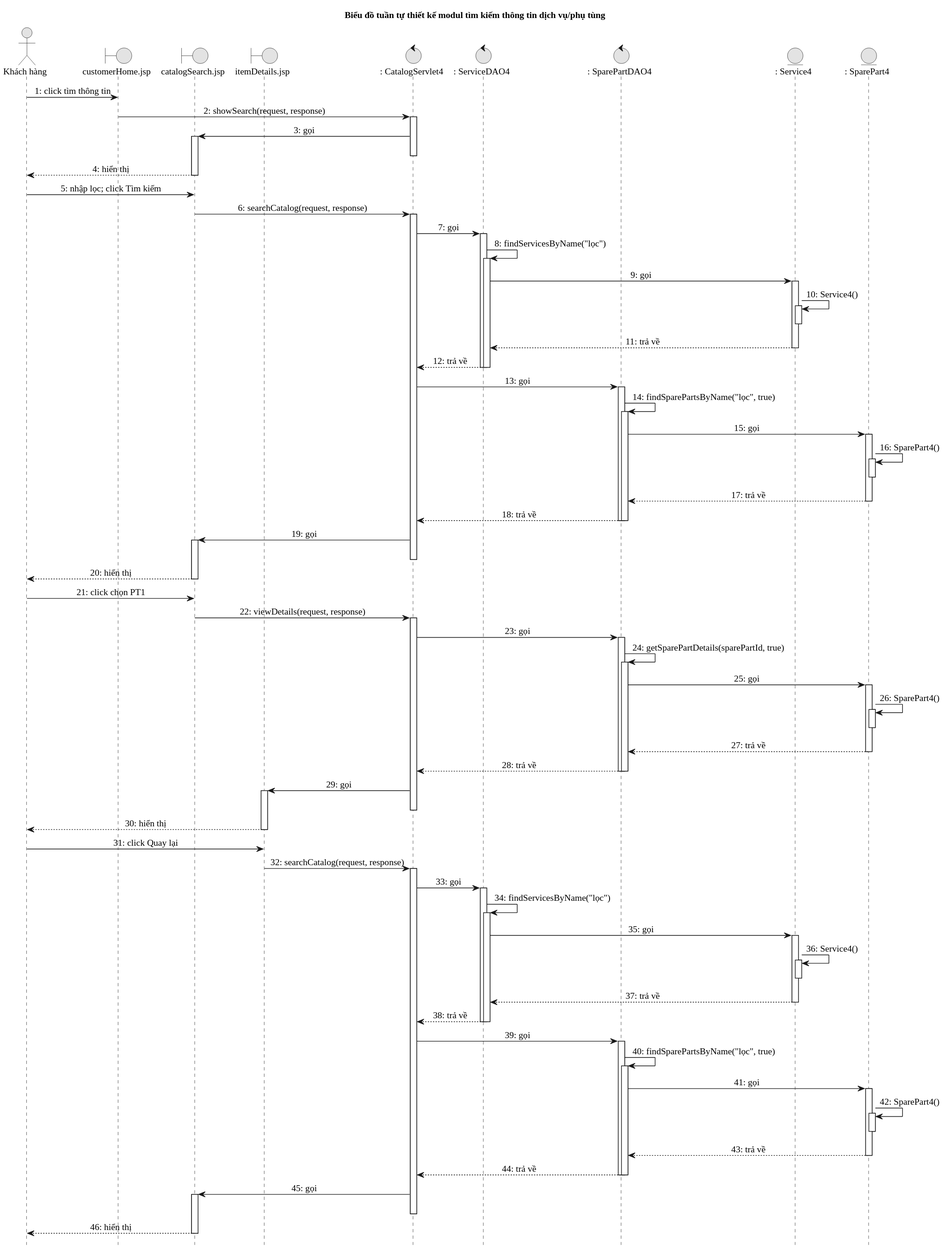
Above: app/docs/diagrams/tuan_tu_tra_cuu.svg in thanhdt05/Garaman (PlantUML), before the change. The source it was exported from:
```plantuml
@startuml
skinparam monochrome true
skinparam shadowing false
skinparam defaultFontName "Times New Roman"
skinparam defaultFontSize 14
skinparam sequenceMessageAlign center
skinparam maxMessageSize 240
skinparam ParticipantPadding 16
skinparam responseMessageBelowArrow true
hide footbox

title Biểu đồ tuần tự thiết kế modul tìm kiếm thông tin dịch vụ/phụ tùng
actor "Khách hàng" as A
boundary "customerHome.jsp" as Home
boundary "catalogSearch.jsp" as Search
boundary "itemDetails.jsp" as Detail
control ": CatalogServlet4" as C
control ": ServiceDAO4" as SD
control ": SparePartDAO4" as PD
entity ": Service4" as S
entity ": SparePart4" as P

A -> Home : 1: click tìm thông tin
Home -> C : 2: showSearch(request, response)
activate C
C -> Search : 3: gọi
activate Search
deactivate C
Search --> A : 4: hiển thị
deactivate Search
A -> Search : 5: nhập lọc; click Tìm kiếm
Search -> C : 6: searchCatalog(request, response)
activate C
C -> SD : 7: gọi
activate SD
SD -> SD : 8: findServicesByName("lọc")
activate SD
SD -> S : 9: gọi
activate S
S -> S : 10: Service4()
activate S
deactivate S
S --> SD : 11: trả về
deactivate S
SD --> C : 12: trả về
deactivate SD
deactivate SD
C -> PD : 13: gọi
activate PD
PD -> PD : 14: findSparePartsByName("lọc", true)
activate PD
PD -> P : 15: gọi
activate P
P -> P : 16: SparePart4()
activate P
deactivate P
P --> PD : 17: trả về
deactivate P
PD --> C : 18: trả về
deactivate PD
deactivate PD
C -> Search : 19: gọi
activate Search
deactivate C
Search --> A : 20: hiển thị
deactivate Search
A -> Search : 21: click chọn PT1
Search -> C : 22: viewDetails(request, response)
activate C
C -> PD : 23: gọi
activate PD
PD -> PD : 24: getSparePartDetails(sparePartId, true)
activate PD
PD -> P : 25: gọi
activate P
P -> P : 26: SparePart4()
activate P
deactivate P
P --> PD : 27: trả về
deactivate P
PD --> C : 28: trả về
deactivate PD
deactivate PD
C -> Detail : 29: gọi
activate Detail
deactivate C
Detail --> A : 30: hiển thị
deactivate Detail
A -> Detail : 31: click Quay lại
Detail -> C : 32: searchCatalog(request, response)
activate C
C -> SD : 33: gọi
activate SD
SD -> SD : 34: findServicesByName("lọc")
activate SD
SD -> S : 35: gọi
activate S
S -> S : 36: Service4()
activate S
deactivate S
S --> SD : 37: trả về
deactivate S
SD --> C : 38: trả về
deactivate SD
deactivate SD
C -> PD : 39: gọi
activate PD
PD -> PD : 40: findSparePartsByName("lọc", true)
activate PD
PD -> P : 41: gọi
activate P
P -> P : 42: SparePart4()
activate P
deactivate P
P --> PD : 43: trả về
deactivate P
PD --> C : 44: trả về
deactivate PD
deactivate PD
C -> Search : 45: gọi
activate Search
deactivate C
Search --> A : 46: hiển thị
deactivate Search
@enduml
```
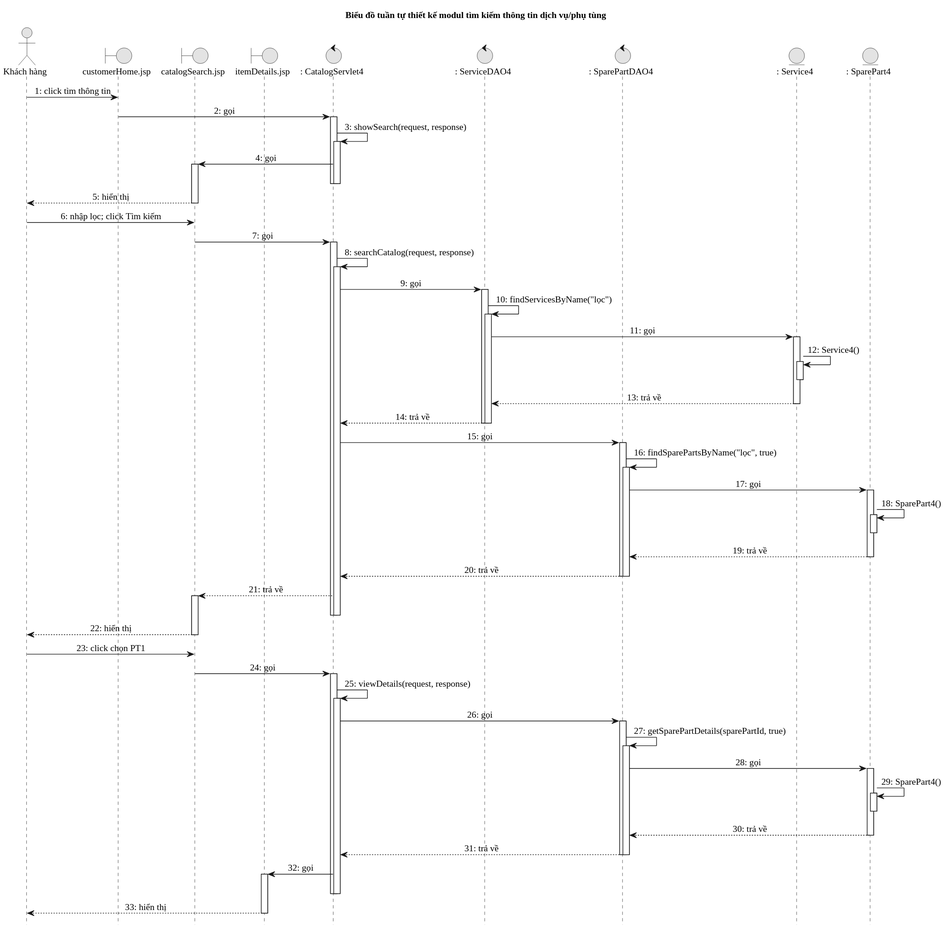
Later version of the same file.

The edit, as a diff of the source:
```diff
@@ -21,105 +21,78 @@
 entity ": SparePart4" as P
 
 A -> Home : 1: click tìm thông tin
-Home -> C : 2: showSearch(request, response)
+Home -> C : 2: gọi
 activate C
-C -> Search : 3: gọi
+C -> C : 3: showSearch(request, response)
+activate C
+C -> Search : 4: gọi
 activate Search
 deactivate C
-Search --> A : 4: hiển thị
+deactivate C
+Search --> A : 5: hiển thị
 deactivate Search
-A -> Search : 5: nhập lọc; click Tìm kiếm
-Search -> C : 6: searchCatalog(request, response)
+A -> Search : 6: nhập lọc; click Tìm kiếm
+Search -> C : 7: gọi
 activate C
-C -> SD : 7: gọi
+C -> C : 8: searchCatalog(request, response)
+activate C
+C -> SD : 9: gọi
 activate SD
-SD -> SD : 8: findServicesByName("lọc")
+SD -> SD : 10: findServicesByName("lọc")
 activate SD
-SD -> S : 9: gọi
+SD -> S : 11: gọi
 activate S
-S -> S : 10: Service4()
+S -> S : 12: Service4()
 activate S
 deactivate S
-S --> SD : 11: trả về
+S --> SD : 13: trả về
 deactivate S
-SD --> C : 12: trả về
+SD --> C : 14: trả về
 deactivate SD
 deactivate SD
-C -> PD : 13: gọi
+C -> PD : 15: gọi
 activate PD
-PD -> PD : 14: findSparePartsByName("lọc", true)
+PD -> PD : 16: findSparePartsByName("lọc", true)
 activate PD
-PD -> P : 15: gọi
+PD -> P : 17: gọi
 activate P
-P -> P : 16: SparePart4()
+P -> P : 18: SparePart4()
 activate P
 deactivate P
-P --> PD : 17: trả về
+P --> PD : 19: trả về
 deactivate P
-PD --> C : 18: trả về
+PD --> C : 20: trả về
 deactivate PD
 deactivate PD
-C -> Search : 19: gọi
+C --> Search : 21: trả về
 activate Search
 deactivate C
-Search --> A : 20: hiển thị
+deactivate C
+Search --> A : 22: hiển thị
 deactivate Search
-A -> Search : 21: click chọn PT1
-Search -> C : 22: viewDetails(request, response)
+A -> Search : 23: click chọn PT1
+Search -> C : 24: gọi
 activate C
-C -> PD : 23: gọi
+C -> C : 25: viewDetails(request, response)
+activate C
+C -> PD : 26: gọi
 activate PD
-PD -> PD : 24: getSparePartDetails(sparePartId, true)
+PD -> PD : 27: getSparePartDetails(sparePartId, true)
 activate PD
-PD -> P : 25: gọi
+PD -> P : 28: gọi
 activate P
-P -> P : 26: SparePart4()
+P -> P : 29: SparePart4()
 activate P
 deactivate P
-P --> PD : 27: trả về
+P --> PD : 30: trả về
 deactivate P
-PD --> C : 28: trả về
+PD --> C : 31: trả về
 deactivate PD
 deactivate PD
-C -> Detail : 29: gọi
+C -> Detail : 32: gọi
 activate Detail
 deactivate C
-Detail --> A : 30: hiển thị
+deactivate C
+Detail --> A : 33: hiển thị
 deactivate Detail
-A -> Detail : 31: click Quay lại
-Detail -> C : 32: searchCatalog(request, response)
-activate C
-C -> SD : 33: gọi
-activate SD
-SD -> SD : 34: findServicesByName("lọc")
-activate SD
-SD -> S : 35: gọi
-activate S
-S -> S : 36: Service4()
-activate S
-deactivate S
-S --> SD : 37: trả về
-deactivate S
-SD --> C : 38: trả về
-deactivate SD
-deactivate SD
-C -> PD : 39: gọi
-activate PD
-PD -> PD : 40: findSparePartsByName("lọc", true)
-activate PD
-PD -> P : 41: gọi
-activate P
-P -> P : 42: SparePart4()
-activate P
-deactivate P
-P --> PD : 43: trả về
-deactivate P
-PD --> C : 44: trả về
-deactivate PD
-deactivate PD
-C -> Search : 45: gọi
-activate Search
-deactivate C
-Search --> A : 46: hiển thị
-deactivate Search
 @enduml
```
